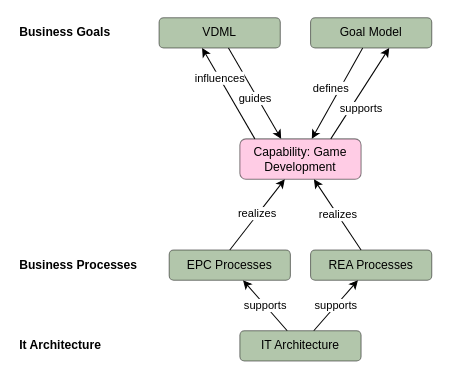
Above: media/IS1_Project_Capability_map.drawio in tudwiglemmel/Neigh-Corp---Golden-Meadows (draw.io), before the change. Source tidied: cells renumbered, new cells numbered last; positions are measured from the earlier drawing's top-left corner, leaving out a move shared by most shapes. Both pictures are drawn from the tidied source at 101%, with x=0, y=0 at pixel (17, 17).
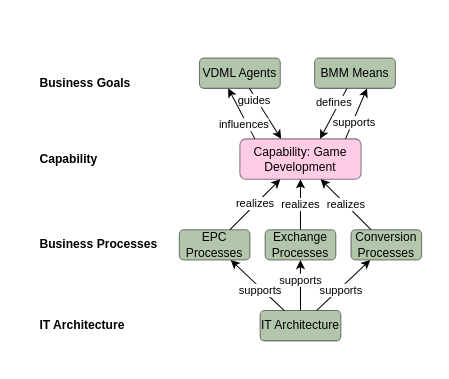
After the change.

The change refers to these unchanged cells:
```xml
<mxCell id="5" value="Capability: Game Development" style="rounded=1;whiteSpace=wrap;html=1;roundedPerimeter=1;fillColor=light-dark(#FF99CC,#EDEDED);opacity=50;opacityGroup=1;" parent="1" vertex="1">
  <mxGeometry x="220" y="120" width="120" height="40" as="geometry" />
</mxCell>
```

Change to the diagram source:
```diff
@@
-    <mxCell id="2" value="Goal Model" style="rounded=1;whiteSpace=wrap;html=1;roundedPerimeter=1;opacity=50;strokeColor=default;align=center;verticalAlign=middle;fontFamily=Helvetica;fontSize=12;fontColor=default;fillColor=#678D58;opacityGroup=1;" parent="1" vertex="1">
-      <mxGeometry x="290" width="120" height="30" as="geometry" />
+    <mxCell id="2" value="BMM Means" style="rounded=1;whiteSpace=wrap;html=1;roundedPerimeter=1;opacity=50;strokeColor=default;align=center;verticalAlign=middle;fontFamily=Helvetica;fontSize=12;fontColor=default;fillColor=#678D58;opacityGroup=1;" parent="1" vertex="1">
+      <mxGeometry x="294" y="40" width="80" height="30" as="geometry" />
     </mxCell>
     <mxCell id="3" value="&lt;b&gt;Business Goals&lt;/b&gt;" style="text;html=1;whiteSpace=wrap;strokeColor=none;fillColor=none;align=left;verticalAlign=middle;rounded=0;" parent="1" vertex="1">
-      <mxGeometry width="100" height="30" as="geometry" />
+      <mxGeometry x="20" y="50" width="100" height="30" as="geometry" />
     </mxCell>
-    <mxCell id="4" value="defines" style="rounded=0;jettySize=auto;html=1;defaultLabelBackgroundColor=page;startArrow=classic;startFill=1;endArrow=none;endFill=0;" parent="1" edge="1" source="5" target="2">
-      <mxGeometry x="0.02" y="8" relative="1" as="geometry" />
+    <mxCell id="4" value="defines" style="rounded=0;jettySize=auto;html=1;defaultLabelBackgroundColor=page;startArrow=classic;startFill=1;endArrow=none;endFill=0;exitX=0.632;exitY=0.091;exitDx=0;exitDy=0;" parent="1" edge="1" source="5" target="2">
+      <mxGeometry x="0.33" y="5" relative="1" as="geometry" />
     </mxCell>
@@
-    <mxCell id="6" value="realizes" style="rounded=0;jettySize=auto;html=1;defaultLabelBackgroundColor=page;" parent="1" edge="1" source="7" target="5">
+    <mxCell id="6" value="realizes" style="rounded=0;jettySize=auto;html=1;defaultLabelBackgroundColor=page;exitX=0.5;exitY=0;exitDx=0;exitDy=0;" parent="1" edge="1" source="7" target="5">
       <mxGeometry relative="1" as="geometry" />
     </mxCell>
-    <mxCell id="7" value="REA Processes" style="rounded=1;whiteSpace=wrap;html=1;roundedPerimeter=1;align=center;fillColor=#678D58;opacity=50;opacityGroup=1;" parent="1" vertex="1">
-      <mxGeometry x="290" y="230" width="120" height="30" as="geometry" />
+    <mxCell id="7" value="Exchange Processes" style="rounded=1;whiteSpace=wrap;html=1;roundedPerimeter=1;align=center;fillColor=#678D58;opacity=50;opacityGroup=1;" parent="1" vertex="1">
+      <mxGeometry x="245" y="210" width="70" height="30" as="geometry" />
     </mxCell>
     <mxCell id="8" value="guides" style="rounded=0;jettySize=auto;html=1;defaultLabelBackgroundColor=page;entryX=0.371;entryY=0.095;entryDx=0;entryDy=0;" parent="1" edge="1" source="9" target="5">
-      <mxGeometry x="0.1" y="-1" relative="1" as="geometry">
-        <mxPoint x="-1" as="offset" />
+      <mxGeometry x="-0.58" y="-2" relative="1" as="geometry">
+        <mxPoint y="1" as="offset" />
       </mxGeometry>
     </mxCell>
-    <mxCell id="9" value="VDML" style="rounded=1;whiteSpace=wrap;html=1;roundedPerimeter=1;align=center;opacity=50;strokeColor=default;verticalAlign=middle;fontFamily=Helvetica;fontSize=12;fontColor=default;fillColor=#678D58;opacityGroup=1;" parent="1" vertex="1">
-      <mxGeometry x="140" width="120" height="30" as="geometry" />
+    <mxCell id="9" value="VDML Agents" style="rounded=1;whiteSpace=wrap;html=1;roundedPerimeter=1;align=center;opacity=50;strokeColor=default;verticalAlign=middle;fontFamily=Helvetica;fontSize=12;fontColor=default;fillColor=#678D58;opacityGroup=1;" parent="1" vertex="1">
+      <mxGeometry x="180" y="40" width="80" height="30" as="geometry" />
     </mxCell>
     <mxCell id="10" value="supports" style="rounded=0;jettySize=auto;html=1;defaultLabelBackgroundColor=page;" parent="1" edge="1" source="12" target="7">
-      <mxGeometry relative="1" as="geometry" />
+      <mxGeometry x="0.2" relative="1" as="geometry">
+        <Array as="points">
+          <mxPoint x="280" y="260" />
+        </Array>
+      </mxGeometry>
     </mxCell>
     <mxCell id="11" value="supports" style="rounded=0;jettySize=auto;html=1;defaultLabelBackgroundColor=page;" parent="1" edge="1" source="12" target="15">
-      <mxGeometry relative="1" as="geometry" />
+      <mxGeometry x="-0.14" y="2" relative="1" as="geometry" />
     </mxCell>
+    <mxCell id="20" value="supports" style="rounded=0;jettySize=auto;html=1;defaultLabelBackgroundColor=page;" parent="1" edge="1" source="12" target="22">
+      <mxGeometry x="-0.14" y="-2" relative="1" as="geometry" />
+    </mxCell>
     <mxCell id="12" value="IT Architecture" style="rounded=1;whiteSpace=wrap;html=1;roundedPerimeter=1;align=center;opacity=50;strokeColor=default;verticalAlign=middle;fontFamily=Helvetica;fontSize=12;fontColor=default;fillColor=#678D58;opacityGroup=1;" parent="1" vertex="1">
-      <mxGeometry x="220" y="310" width="120" height="30" as="geometry" />
+      <mxGeometry x="240" y="290" width="80" height="30" as="geometry" />
     </mxCell>
-    <mxCell id="13" style="edgeStyle=none;rounded=0;jettySize=auto;html=1;exitX=0.5;exitY=0;exitDx=0;exitDy=0;defaultLabelBackgroundColor=page;" parent="1" edge="1" source="15" target="5">
+    <mxCell id="13" style="edgeStyle=none;rounded=0;jettySize=auto;html=1;defaultLabelBackgroundColor=page;" parent="1" edge="1" source="15" target="5">
       <mxGeometry relative="1" as="geometry" />
     </mxCell>
@@
     <mxCell id="15" value="EPC Processes" style="rounded=1;whiteSpace=wrap;html=1;roundedPerimeter=1;align=center;fillColor=#678D58;opacity=50;opacityGroup=1;" parent="1" vertex="1">
-      <mxGeometry x="150" y="230" width="120" height="30" as="geometry" />
+      <mxGeometry x="160" y="210" width="70" height="30" as="geometry" />
     </mxCell>
     <mxCell id="16" value="&lt;b&gt;Business Processes&lt;/b&gt;" style="text;html=1;whiteSpace=wrap;strokeColor=none;fillColor=none;align=left;verticalAlign=middle;rounded=0;" parent="1" vertex="1">
-      <mxGeometry y="230" width="120" height="30" as="geometry" />
+      <mxGeometry x="20" y="210" width="120" height="30" as="geometry" />
     </mxCell>
-    <mxCell id="17" value="&lt;b&gt;It Architecture&lt;/b&gt;" style="text;html=1;whiteSpace=wrap;strokeColor=none;fillColor=none;align=left;verticalAlign=middle;rounded=0;" parent="1" vertex="1">
-      <mxGeometry y="310" width="120" height="30" as="geometry" />
+    <mxCell id="17" value="&lt;b&gt;IT Architecture&lt;/b&gt;" style="text;html=1;whiteSpace=wrap;strokeColor=none;fillColor=none;align=left;verticalAlign=middle;rounded=0;" parent="1" vertex="1">
+      <mxGeometry x="20" y="290" width="120" height="30" as="geometry" />
     </mxCell>
     <mxCell id="18" value="influences" style="rounded=0;jettySize=auto;html=1;defaultLabelBackgroundColor=page;entryX=0.15;entryY=0.035;entryDx=0;entryDy=0;exitX=0.345;exitY=1.035;exitDx=0;exitDy=0;endArrow=none;endFill=0;startArrow=classic;startFill=1;" parent="1" edge="1" source="9" target="5">
-      <mxGeometry x="-0.33" relative="1" as="geometry" />
+      <mxGeometry x="0.39" y="-3" relative="1" as="geometry" />
     </mxCell>
-    <mxCell id="19" value="supports" style="rounded=0;jettySize=auto;html=1;defaultLabelBackgroundColor=page;startArrow=none;startFill=0;exitX=0.75;exitY=0;exitDx=0;exitDy=0;entryX=0.671;entryY=1.075;entryDx=0;entryDy=0;" parent="1" edge="1" source="5" target="2">
-      <mxGeometry x="-0.23" y="-9" relative="1" as="geometry" />
+    <mxCell id="19" value="supports" style="rounded=0;jettySize=auto;html=1;defaultLabelBackgroundColor=page;startArrow=none;startFill=0;exitX=0.824;exitY=0.064;exitDx=0;exitDy=0;entryX=0.671;entryY=1.075;entryDx=0;entryDy=0;" parent="1" edge="1" source="5" target="2">
+      <mxGeometry x="-0.32" y="-1" relative="1" as="geometry" />
     </mxCell>
+    <mxCell id="21" value="realizes" style="rounded=0;jettySize=auto;html=1;defaultLabelBackgroundColor=page;" parent="1" edge="1" source="22" target="5">
+      <mxGeometry relative="1" as="geometry" />
+    </mxCell>
+    <mxCell id="22" value="Conversion Processes" style="rounded=1;whiteSpace=wrap;html=1;roundedPerimeter=1;align=center;fillColor=#678D58;opacity=50;opacityGroup=1;" parent="1" vertex="1">
+      <mxGeometry x="330" y="210" width="70" height="30" as="geometry" />
+    </mxCell>
+    <mxCell id="23" value="&lt;b&gt;Capability&lt;/b&gt;" style="text;html=1;whiteSpace=wrap;strokeColor=none;fillColor=none;align=left;verticalAlign=middle;rounded=0;" parent="1" vertex="1">
+      <mxGeometry x="20" y="125" width="120" height="30" as="geometry" />
+    </mxCell>
```
